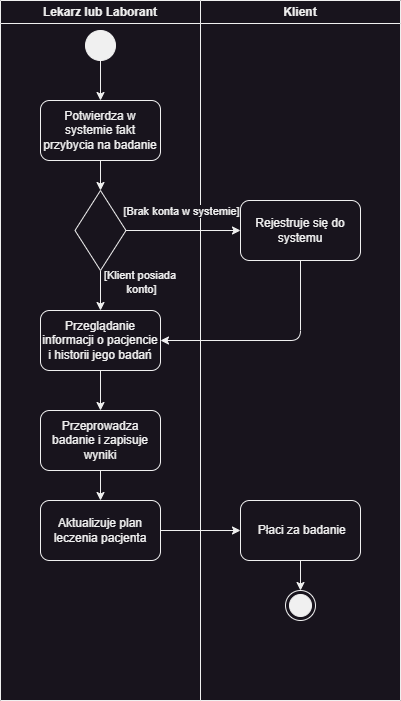
Before: Imgaes/act_UC2_Przeprowadz_badanie.png, a diagram exported from draw.io (MarekMichali/vet-clinic). Source tidied: cells renumbered, new cells last; positions are measured from the earlier drawing's top-left corner, leaving out a move shared by most shapes. Its diagram source:
```xml
<mxGraphModel background="#18141D">
  <root>
    <mxCell id="0" />
    <mxCell id="1" parent="0" />
    <mxCell id="2" value="Lekarz lub Laborant" style="swimlane;whiteSpace=wrap;html=1;fontColor=#F0F0F0;fillColor=#18141D;strokeColor=#F0F0F0;" parent="1" vertex="1">
      <mxGeometry width="200" height="700" as="geometry" />
    </mxCell>
    <mxCell id="3" style="ellipse;fillColor=#F0F0F0;fontColor=#F0F0F0;strokeColor=#F0F0F0;" parent="2" vertex="1">
      <mxGeometry x="85" y="30" width="30" height="30" as="geometry" />
    </mxCell>
    <mxCell id="4" value="Potwierdza w systemie fakt przybycia na badanie" style="rounded=1;whiteSpace=wrap;html=1;fontColor=#F0F0F0;fillColor=#18141D;strokeColor=#F0F0F0;" parent="2" vertex="1">
      <mxGeometry x="40" y="100" width="120" height="60" as="geometry" />
    </mxCell>
    <mxCell id="5" style="edgeStyle=none;html=1;exitX=0.5;exitY=1;exitDx=0;exitDy=0;entryX=0.5;entryY=0;entryDx=0;entryDy=0;fontColor=#F0F0F0;fillColor=#18141D;strokeColor=#F0F0F0;" parent="2" edge="1" source="3" target="4">
      <mxGeometry relative="1" as="geometry" />
    </mxCell>
    <mxCell id="6" style="edgeStyle=none;html=1;exitX=0.5;exitY=1;exitDx=0;exitDy=0;entryX=0.5;entryY=0;entryDx=0;entryDy=0;fontColor=#F0F0F0;fillColor=#18141D;strokeColor=#F0F0F0;" parent="2" edge="1" source="4" target="9">
      <mxGeometry relative="1" as="geometry" />
    </mxCell>
    <mxCell id="7" style="edgeStyle=none;html=1;exitX=0.5;exitY=1;exitDx=0;exitDy=0;entryX=0.5;entryY=0;entryDx=0;entryDy=0;fontColor=#F0F0F0;fillColor=#18141D;strokeColor=#F0F0F0;" parent="2" edge="1" source="9" target="11">
      <mxGeometry relative="1" as="geometry" />
    </mxCell>
    <mxCell id="8" value="[Klient posiada &lt;br&gt;konto]" style="edgeLabel;html=1;align=center;verticalAlign=middle;fontColor=#F0F0F0;fillColor=#18141D;strokeColor=#F0F0F0;labelBackgroundColor=#18141D;" parent="7" vertex="1">
      <mxGeometry x="-0.47" relative="1" as="geometry">
        <mxPoint x="40" as="offset" />
      </mxGeometry>
    </mxCell>
    <mxCell id="9" style="rhombus;whiteSpace=wrap;html=1;fontColor=#F0F0F0;fillColor=#18141D;strokeColor=#F0F0F0;" parent="2" vertex="1">
      <mxGeometry x="74.5" y="190" width="51" height="80" as="geometry" />
    </mxCell>
    <mxCell id="10" style="edgeStyle=none;html=1;exitX=0.5;exitY=1;exitDx=0;exitDy=0;entryX=0.5;entryY=0;entryDx=0;entryDy=0;fontColor=#F0F0F0;fillColor=#18141D;strokeColor=#F0F0F0;" parent="2" edge="1" source="11" target="13">
      <mxGeometry relative="1" as="geometry" />
    </mxCell>
    <mxCell id="11" value="Przeglądanie informacji o pacjencie i historii jego badań" style="rounded=1;whiteSpace=wrap;html=1;fontColor=#F0F0F0;fillColor=#18141D;strokeColor=#F0F0F0;" parent="2" vertex="1">
      <mxGeometry x="40" y="310" width="120" height="60" as="geometry" />
    </mxCell>
    <mxCell id="12" style="edgeStyle=none;html=1;exitX=0.5;exitY=1;exitDx=0;exitDy=0;entryX=0.5;entryY=0;entryDx=0;entryDy=0;fontColor=#F0F0F0;fillColor=#18141D;strokeColor=#F0F0F0;" parent="2" edge="1" source="13" target="14">
      <mxGeometry relative="1" as="geometry" />
    </mxCell>
    <mxCell id="13" value="Przeprowadza badanie i zapisuje wyniki" style="rounded=1;whiteSpace=wrap;html=1;fontColor=#F0F0F0;fillColor=#18141D;strokeColor=#F0F0F0;" parent="2" vertex="1">
      <mxGeometry x="40" y="410" width="120" height="60" as="geometry" />
    </mxCell>
    <mxCell id="14" value="Aktualizuje plan leczenia pacjenta" style="rounded=1;whiteSpace=wrap;html=1;fontColor=#F0F0F0;fillColor=#18141D;strokeColor=#F0F0F0;" parent="2" vertex="1">
      <mxGeometry x="40" y="500" width="120" height="60" as="geometry" />
    </mxCell>
    <mxCell id="15" value="Klient" style="swimlane;whiteSpace=wrap;html=1;fontColor=#F0F0F0;fillColor=#18141D;strokeColor=#F0F0F0;" parent="1" vertex="1">
      <mxGeometry x="200" width="200" height="700" as="geometry" />
    </mxCell>
    <mxCell id="16" value="Rejestruje się do systemu" style="rounded=1;whiteSpace=wrap;html=1;fontColor=#F0F0F0;fillColor=#18141D;strokeColor=#F0F0F0;" parent="15" vertex="1">
      <mxGeometry x="40" y="200" width="120" height="60" as="geometry" />
    </mxCell>
    <mxCell id="17" style="edgeStyle=none;html=1;exitX=0.5;exitY=1;exitDx=0;exitDy=0;entryX=0.5;entryY=0;entryDx=0;entryDy=0;fontColor=#F0F0F0;fillColor=#18141D;strokeColor=#F0F0F0;" parent="15" edge="1" source="18" target="19">
      <mxGeometry relative="1" as="geometry" />
    </mxCell>
    <mxCell id="18" value="&amp;nbsp;Płaci za badanie" style="rounded=1;whiteSpace=wrap;html=1;fontColor=#F0F0F0;fillColor=#18141D;strokeColor=#F0F0F0;" parent="15" vertex="1">
      <mxGeometry x="40" y="500" width="120" height="60" as="geometry" />
    </mxCell>
    <mxCell id="19" style="ellipse;html=1;shape=endState;fillColor=#F0F0F0;fontColor=#F0F0F0;strokeColor=#F0F0F0;" parent="15" vertex="1">
      <mxGeometry x="85" y="590" width="30" height="30" as="geometry" />
    </mxCell>
    <mxCell id="20" style="edgeStyle=none;html=1;exitX=1;exitY=0.5;exitDx=0;exitDy=0;entryX=0;entryY=0.5;entryDx=0;entryDy=0;fontColor=#F0F0F0;fillColor=#18141D;strokeColor=#F0F0F0;" parent="1" edge="1" source="9" target="16">
      <mxGeometry relative="1" as="geometry" />
    </mxCell>
    <mxCell id="21" value="[Brak konta w systemie]" style="edgeLabel;html=1;align=center;verticalAlign=middle;fontColor=#F0F0F0;fillColor=#18141D;strokeColor=#F0F0F0;labelBackgroundColor=#18141D;" parent="20" vertex="1">
      <mxGeometry x="-0.22" y="-1" relative="1" as="geometry">
        <mxPoint x="10" y="-21" as="offset" />
      </mxGeometry>
    </mxCell>
    <mxCell id="22" style="edgeStyle=none;html=1;exitX=0.5;exitY=1;exitDx=0;exitDy=0;entryX=1;entryY=0.5;entryDx=0;entryDy=0;fontColor=#F0F0F0;fillColor=#18141D;strokeColor=#F0F0F0;" parent="1" edge="1" source="16" target="11">
      <mxGeometry relative="1" as="geometry">
        <Array as="points">
          <mxPoint x="300" y="340" />
        </Array>
      </mxGeometry>
    </mxCell>
    <mxCell id="23" style="edgeStyle=none;html=1;exitX=1;exitY=0.5;exitDx=0;exitDy=0;entryX=0;entryY=0.5;entryDx=0;entryDy=0;fontColor=#F0F0F0;fillColor=#18141D;strokeColor=#F0F0F0;" parent="1" edge="1" source="14" target="18">
      <mxGeometry relative="1" as="geometry" />
    </mxCell>
  </root>
</mxGraphModel>
```
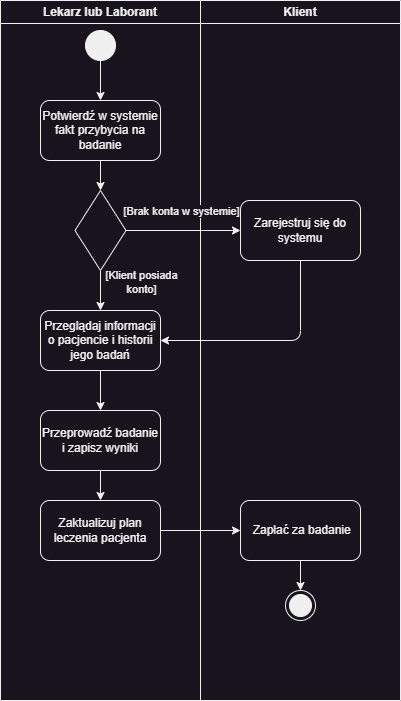
The same diagram one commit later.

What changed in the source:
```diff
@@ -8,7 +8,7 @@
     <mxCell id="3" style="ellipse;fillColor=#F0F0F0;fontColor=#F0F0F0;strokeColor=#F0F0F0;" parent="2" vertex="1">
       <mxGeometry x="85" y="30" width="30" height="30" as="geometry" />
     </mxCell>
-    <mxCell id="4" value="Potwierdza w systemie fakt przybycia na badanie" style="rounded=1;whiteSpace=wrap;html=1;fontColor=#F0F0F0;fillColor=#18141D;strokeColor=#F0F0F0;" parent="2" vertex="1">
+    <mxCell id="4" value="Potwierdź w systemie fakt przybycia na badanie" style="rounded=1;whiteSpace=wrap;html=1;fontColor=#F0F0F0;fillColor=#18141D;strokeColor=#F0F0F0;" parent="2" vertex="1">
       <mxGeometry x="40" y="100" width="120" height="60" as="geometry" />
     </mxCell>
     <mxCell id="5" style="edgeStyle=none;html=1;exitX=0.5;exitY=1;exitDx=0;exitDy=0;entryX=0.5;entryY=0;entryDx=0;entryDy=0;fontColor=#F0F0F0;fillColor=#18141D;strokeColor=#F0F0F0;" parent="2" edge="1" source="3" target="4">
@@ -31,28 +31,28 @@
     <mxCell id="10" style="edgeStyle=none;html=1;exitX=0.5;exitY=1;exitDx=0;exitDy=0;entryX=0.5;entryY=0;entryDx=0;entryDy=0;fontColor=#F0F0F0;fillColor=#18141D;strokeColor=#F0F0F0;" parent="2" edge="1" source="11" target="13">
       <mxGeometry relative="1" as="geometry" />
     </mxCell>
-    <mxCell id="11" value="Przeglądanie informacji o pacjencie i historii jego badań" style="rounded=1;whiteSpace=wrap;html=1;fontColor=#F0F0F0;fillColor=#18141D;strokeColor=#F0F0F0;" parent="2" vertex="1">
+    <mxCell id="11" value="Przeglądaj informacji o pacjencie i historii jego badań" style="rounded=1;whiteSpace=wrap;html=1;fontColor=#F0F0F0;fillColor=#18141D;strokeColor=#F0F0F0;" parent="2" vertex="1">
       <mxGeometry x="40" y="310" width="120" height="60" as="geometry" />
     </mxCell>
     <mxCell id="12" style="edgeStyle=none;html=1;exitX=0.5;exitY=1;exitDx=0;exitDy=0;entryX=0.5;entryY=0;entryDx=0;entryDy=0;fontColor=#F0F0F0;fillColor=#18141D;strokeColor=#F0F0F0;" parent="2" edge="1" source="13" target="14">
       <mxGeometry relative="1" as="geometry" />
     </mxCell>
-    <mxCell id="13" value="Przeprowadza badanie i zapisuje wyniki" style="rounded=1;whiteSpace=wrap;html=1;fontColor=#F0F0F0;fillColor=#18141D;strokeColor=#F0F0F0;" parent="2" vertex="1">
+    <mxCell id="13" value="Przeprowadź badanie i zapisz wyniki" style="rounded=1;whiteSpace=wrap;html=1;fontColor=#F0F0F0;fillColor=#18141D;strokeColor=#F0F0F0;" parent="2" vertex="1">
       <mxGeometry x="40" y="410" width="120" height="60" as="geometry" />
     </mxCell>
-    <mxCell id="14" value="Aktualizuje plan leczenia pacjenta" style="rounded=1;whiteSpace=wrap;html=1;fontColor=#F0F0F0;fillColor=#18141D;strokeColor=#F0F0F0;" parent="2" vertex="1">
+    <mxCell id="14" value="Zaktualizuj plan leczenia pacjenta" style="rounded=1;whiteSpace=wrap;html=1;fontColor=#F0F0F0;fillColor=#18141D;strokeColor=#F0F0F0;" parent="2" vertex="1">
       <mxGeometry x="40" y="500" width="120" height="60" as="geometry" />
     </mxCell>
     <mxCell id="15" value="Klient" style="swimlane;whiteSpace=wrap;html=1;fontColor=#F0F0F0;fillColor=#18141D;strokeColor=#F0F0F0;" parent="1" vertex="1">
       <mxGeometry x="200" width="200" height="700" as="geometry" />
     </mxCell>
-    <mxCell id="16" value="Rejestruje się do systemu" style="rounded=1;whiteSpace=wrap;html=1;fontColor=#F0F0F0;fillColor=#18141D;strokeColor=#F0F0F0;" parent="15" vertex="1">
+    <mxCell id="16" value="Zarejestruj się do systemu" style="rounded=1;whiteSpace=wrap;html=1;fontColor=#F0F0F0;fillColor=#18141D;strokeColor=#F0F0F0;" parent="15" vertex="1">
       <mxGeometry x="40" y="200" width="120" height="60" as="geometry" />
     </mxCell>
     <mxCell id="17" style="edgeStyle=none;html=1;exitX=0.5;exitY=1;exitDx=0;exitDy=0;entryX=0.5;entryY=0;entryDx=0;entryDy=0;fontColor=#F0F0F0;fillColor=#18141D;strokeColor=#F0F0F0;" parent="15" edge="1" source="18" target="19">
       <mxGeometry relative="1" as="geometry" />
     </mxCell>
-    <mxCell id="18" value="&amp;nbsp;Płaci za badanie" style="rounded=1;whiteSpace=wrap;html=1;fontColor=#F0F0F0;fillColor=#18141D;strokeColor=#F0F0F0;" parent="15" vertex="1">
+    <mxCell id="18" value="&amp;nbsp;Zapłać za badanie" style="rounded=1;whiteSpace=wrap;html=1;fontColor=#F0F0F0;fillColor=#18141D;strokeColor=#F0F0F0;" parent="15" vertex="1">
       <mxGeometry x="40" y="500" width="120" height="60" as="geometry" />
     </mxCell>
     <mxCell id="19" style="ellipse;html=1;shape=endState;fillColor=#F0F0F0;fontColor=#F0F0F0;strokeColor=#F0F0F0;" parent="15" vertex="1">
```
